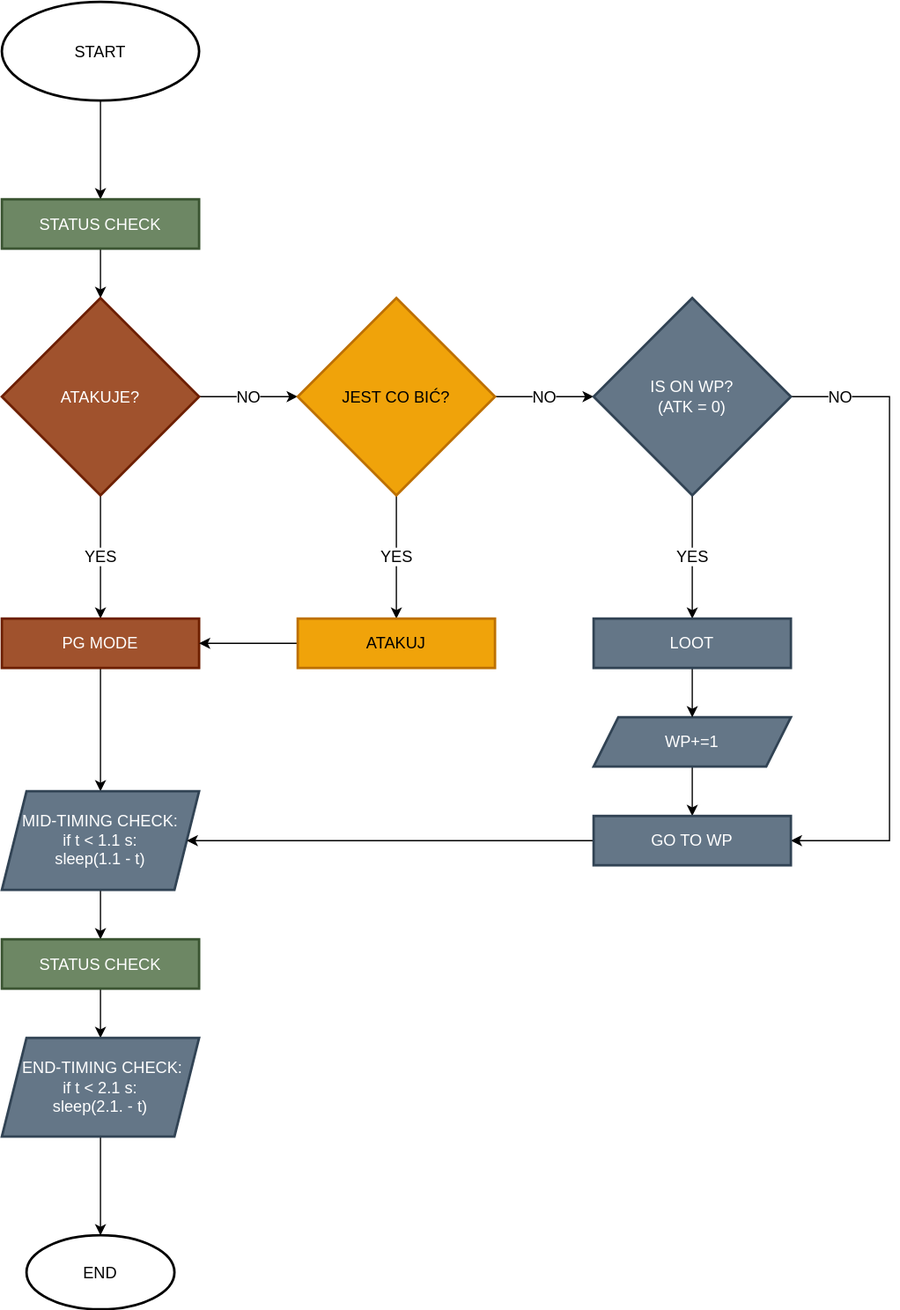
Before: src/img/flowchart_logika_andrzeja_pg.svg, a diagram exported from draw.io (lbaisinger/Andrzej-d2r). Source tidied: cells renumbered, new cells last; positions are measured from the earlier drawing's top-left corner, leaving out a move shared by most shapes.
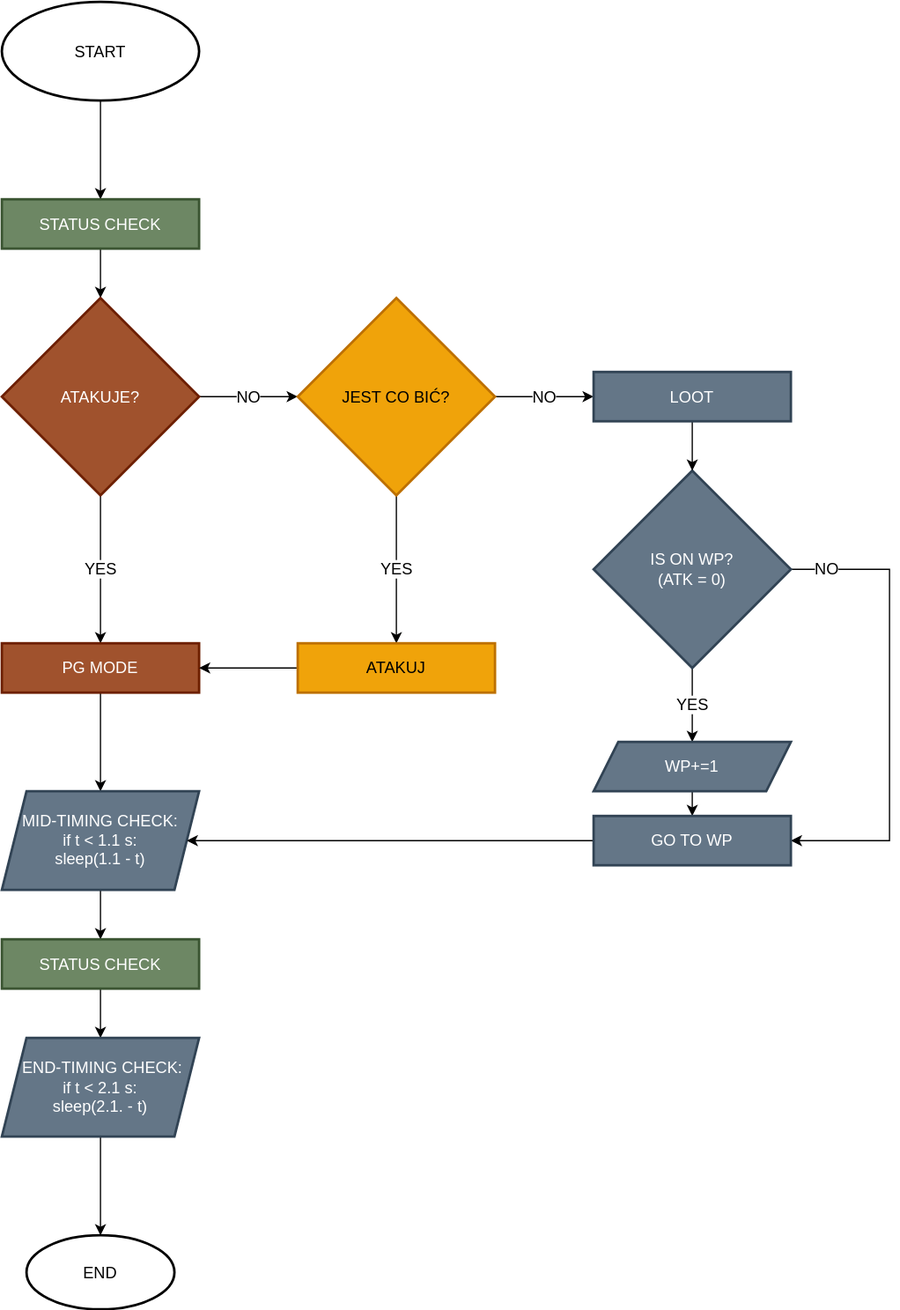
After the change.

The edit, as a diff of the source:
```diff
@@ -27,12 +27,12 @@
       <mxGeometry relative="1" as="geometry" />
     </mxCell>
     <mxCell id="10" value="PG MODE" style="whiteSpace=wrap;html=1;fillColor=#a0522d;strokeColor=#6D1F00;fontColor=#ffffff;strokeWidth=2;fontSize=13;" parent="1" vertex="1">
-      <mxGeometry y="500" width="160" height="40" as="geometry" />
+      <mxGeometry y="520" width="160" height="40" as="geometry" />
     </mxCell>
     <mxCell id="11" value="YES" style="edgeStyle=orthogonalEdgeStyle;rounded=0;jettySize=auto;html=1;fontSize=13;" parent="1" edge="1" source="13" target="15">
       <mxGeometry relative="1" as="geometry" />
     </mxCell>
-    <mxCell id="12" value="NO" style="edgeStyle=orthogonalEdgeStyle;rounded=0;jettySize=auto;html=1;fontSize=13;entryX=0;entryY=0.5;entryDx=0;entryDy=0;" parent="1" edge="1" source="13" target="25">
+    <mxCell id="12" value="NO" style="edgeStyle=orthogonalEdgeStyle;rounded=0;jettySize=auto;html=1;fontSize=13;entryX=0;entryY=0.5;entryDx=0;entryDy=0;" parent="1" edge="1" source="13" target="31">
       <mxGeometry relative="1" as="geometry" />
     </mxCell>
     <mxCell id="13" value="JEST CO BIĆ?" style="rhombus;whiteSpace=wrap;html=1;fillColor=#f0a30a;strokeColor=#BD7000;fontColor=#000000;strokeWidth=2;fontSize=13;" parent="1" vertex="1">
@@ -42,7 +42,7 @@
       <mxGeometry relative="1" as="geometry" />
     </mxCell>
     <mxCell id="15" value="ATAKUJ" style="whiteSpace=wrap;html=1;fillColor=#f0a30a;strokeColor=#BD7000;fontColor=#000000;strokeWidth=2;fontSize=13;" parent="1" vertex="1">
-      <mxGeometry x="240" y="500" width="160" height="40" as="geometry" />
+      <mxGeometry x="240" y="520" width="160" height="40" as="geometry" />
     </mxCell>
     <mxCell id="16" style="edgeStyle=orthogonalEdgeStyle;rounded=0;jettySize=auto;html=1;fontSize=13;" parent="1" edge="1" source="17" target="19">
       <mxGeometry relative="1" as="geometry" />
@@ -68,22 +68,22 @@
     <mxCell id="23" value="NO" style="edgeStyle=orthogonalEdgeStyle;rounded=0;jettySize=auto;html=1;exitX=1;exitY=0.5;exitDx=0;exitDy=0;entryX=1;entryY=0.5;entryDx=0;entryDy=0;fontSize=13;" parent="1" edge="1" source="25" target="29">
       <mxGeometry x="-0.85" relative="1" as="geometry">
         <Array as="points">
-          <mxPoint x="720" y="320" />
+          <mxPoint x="720" y="460" />
           <mxPoint x="720" y="680" />
         </Array>
       </mxGeometry>
     </mxCell>
-    <mxCell id="24" value="YES" style="edgeStyle=orthogonalEdgeStyle;rounded=0;jettySize=auto;html=1;exitX=0.5;exitY=1;exitDx=0;exitDy=0;entryX=0.5;entryY=0;entryDx=0;entryDy=0;fontSize=13;" parent="1" edge="1" source="25" target="31">
+    <mxCell id="24" value="YES" style="edgeStyle=orthogonalEdgeStyle;rounded=0;jettySize=auto;html=1;exitX=0.5;exitY=1;exitDx=0;exitDy=0;entryX=0.5;entryY=0;entryDx=0;entryDy=0;fontSize=13;" parent="1" edge="1" source="25" target="27">
       <mxGeometry relative="1" as="geometry" />
     </mxCell>
     <mxCell id="25" value="IS ON WP?&lt;br style=&quot;font-size: 13px;&quot;&gt;(ATK = 0)" style="rhombus;whiteSpace=wrap;html=1;fillColor=#647687;strokeColor=#314354;fontColor=#ffffff;strokeWidth=2;fontSize=13;" parent="1" vertex="1">
-      <mxGeometry x="480" y="240" width="160" height="160" as="geometry" />
+      <mxGeometry x="480" y="380" width="160" height="160" as="geometry" />
     </mxCell>
     <mxCell id="26" style="edgeStyle=orthogonalEdgeStyle;rounded=0;jettySize=auto;html=1;exitX=0.5;exitY=1;exitDx=0;exitDy=0;entryX=0.5;entryY=0;entryDx=0;entryDy=0;fontSize=13;" parent="1" edge="1" source="27" target="29">
       <mxGeometry relative="1" as="geometry" />
     </mxCell>
     <mxCell id="27" value="WP+=1" style="shape=parallelogram;perimeter=parallelogramPerimeter;whiteSpace=wrap;html=1;fixedSize=1;fillColor=#647687;strokeColor=#314354;fontColor=#ffffff;strokeWidth=2;fontSize=13;" parent="1" vertex="1">
-      <mxGeometry x="480" y="580" width="160" height="40" as="geometry" />
+      <mxGeometry x="480" y="600" width="160" height="40" as="geometry" />
     </mxCell>
     <mxCell id="28" style="edgeStyle=orthogonalEdgeStyle;rounded=0;jettySize=auto;html=1;exitX=0;exitY=0.5;exitDx=0;exitDy=0;entryX=1;entryY=0.5;entryDx=0;entryDy=0;fontSize=13;" parent="1" edge="1" source="29" target="17">
       <mxGeometry relative="1" as="geometry" />
@@ -91,11 +91,11 @@
     <mxCell id="29" value="GO TO WP" style="whiteSpace=wrap;html=1;fillColor=#647687;strokeColor=#314354;fontColor=#ffffff;strokeWidth=2;fontSize=13;" parent="1" vertex="1">
       <mxGeometry x="480" y="660" width="160" height="40" as="geometry" />
     </mxCell>
-    <mxCell id="30" style="edgeStyle=orthogonalEdgeStyle;rounded=0;jettySize=auto;html=1;exitX=0.5;exitY=1;exitDx=0;exitDy=0;entryX=0.5;entryY=0;entryDx=0;entryDy=0;fontSize=13;" parent="1" edge="1" source="31" target="27">
-      <mxGeometry relative="1" as="geometry" />
-    </mxCell>
+    <mxCell id="32" style="edgeStyle=orthogonalEdgeStyle;rounded=0;jettySize=auto;html=1;exitX=0.5;exitY=1;exitDx=0;exitDy=0;entryX=0.5;entryY=0;entryDx=0;entryDy=0;" parent="1" edge="1" source="31" target="25">
+      <mxGeometry relative="1" as="geometry" />
+    </mxCell>
     <mxCell id="31" value="LOOT" style="whiteSpace=wrap;html=1;fillColor=#647687;strokeColor=#314354;fontColor=#ffffff;strokeWidth=2;fontSize=13;" parent="1" vertex="1">
-      <mxGeometry x="480" y="500" width="160" height="40" as="geometry" />
+      <mxGeometry x="480" y="300" width="160" height="40" as="geometry" />
     </mxCell>
   </root>
 </mxGraphModel>
```
